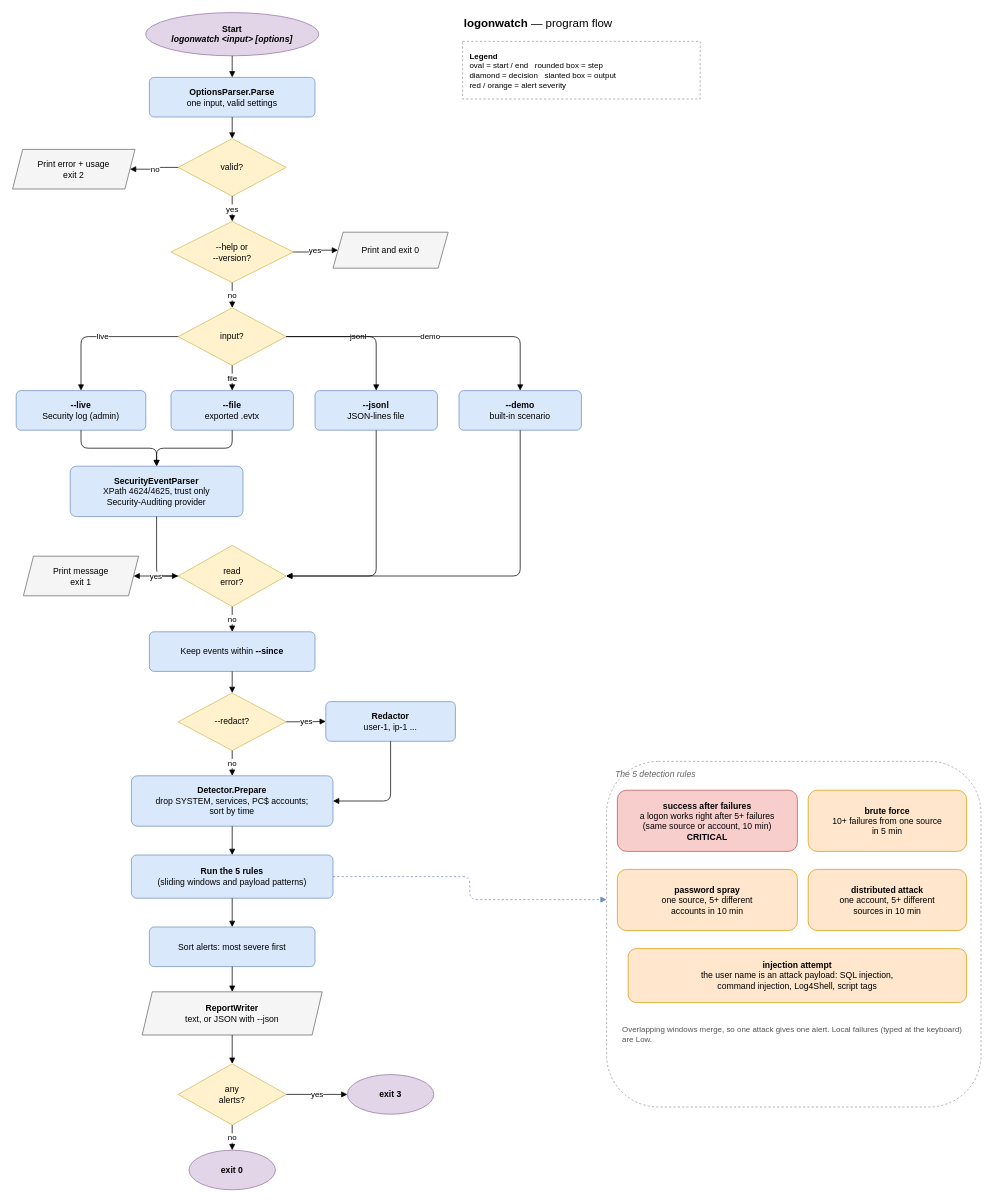
This is docs/logonwatch-flow.drawio from AoceanP/logonwatch, a draw.io file, before an edit. Source tidied: cells renumbered, new cells numbered last; positions are measured from the earlier drawing's top-left corner, leaving out a move shared by most shapes. Both pictures are drawn from the tidied source at 72%, with x=0, y=0 at pixel (12, 12).
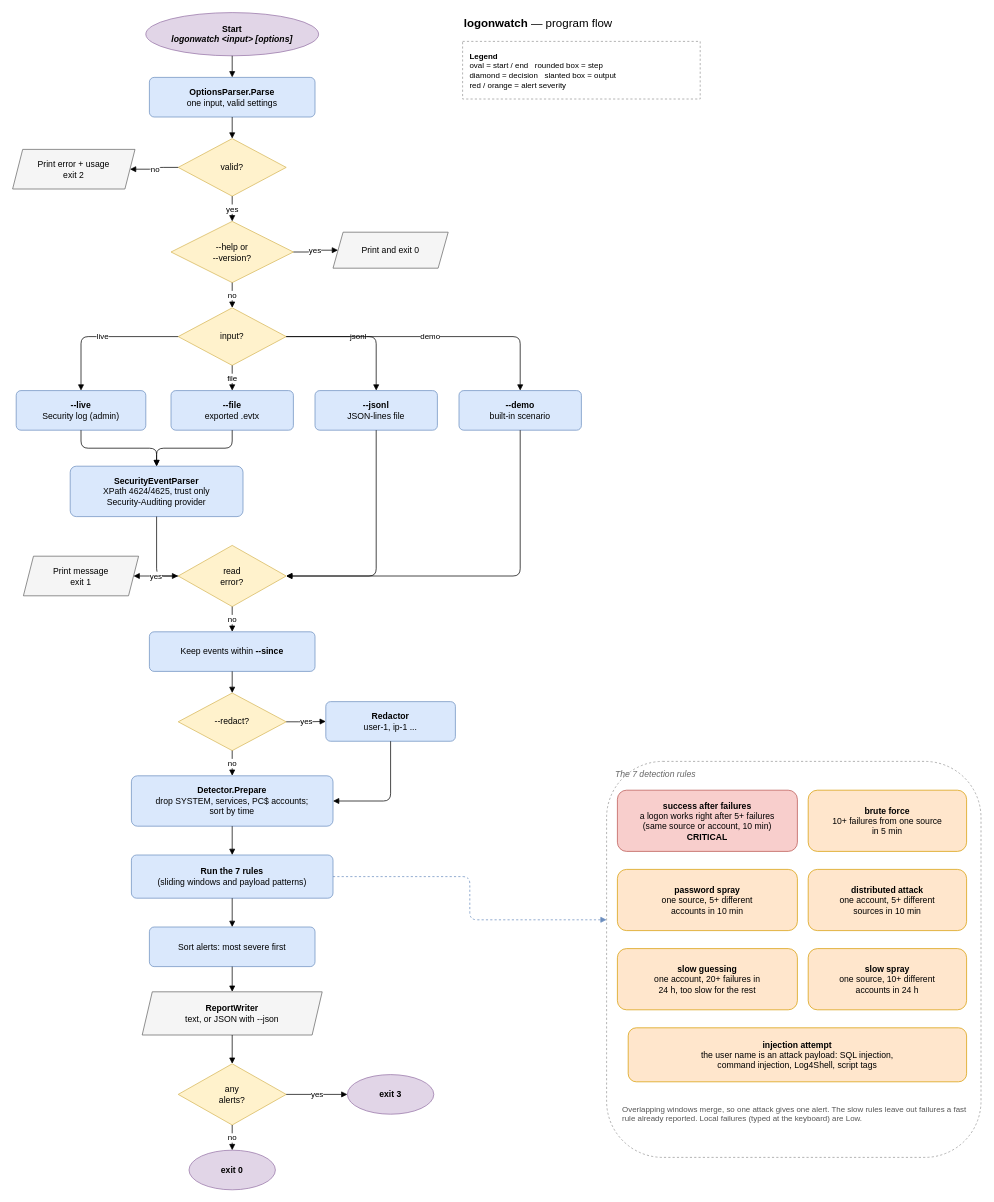
The same diagram, later.

Change to the diagram source:
```diff
@@
-    <mxCell id="22" value="&lt;b&gt;Run the 5 rules&lt;/b&gt;&lt;br&gt;(sliding windows and payload patterns)" style="rounded=1;whiteSpace=wrap;html=1;fillColor=#dae8fc;strokeColor=#6c8ebf;arcSize=12;" parent="1" vertex="1">
+    <mxCell id="22" value="&lt;b&gt;Run the 7 rules&lt;/b&gt;&lt;br&gt;(sliding windows and payload patterns)" style="rounded=1;whiteSpace=wrap;html=1;fillColor=#dae8fc;strokeColor=#6c8ebf;arcSize=12;" parent="1" vertex="1">
       <mxGeometry x="165" y="1170" width="280" height="60" as="geometry" />
     </mxCell>
@@
-    <mxCell id="28" value="The 5 detection rules" style="rounded=1;whiteSpace=wrap;html=1;dashed=1;fillColor=none;strokeColor=#999999;verticalAlign=top;align=left;spacingLeft=10;spacingTop=4;fontStyle=2;fontColor=#666666;" parent="1" vertex="1">
-      <mxGeometry x="825" y="1040" width="520" height="480" as="geometry" />
+    <mxCell id="28" value="The 7 detection rules" style="rounded=1;whiteSpace=wrap;html=1;dashed=1;fillColor=none;strokeColor=#999999;verticalAlign=top;align=left;spacingLeft=10;spacingTop=4;fontStyle=2;fontColor=#666666;" parent="1" vertex="1">
+      <mxGeometry x="825" y="1040" width="520" height="550" as="geometry" />
     </mxCell>
@@
+    <mxCell id="63" value="&lt;b&gt;slow guessing&lt;/b&gt;&lt;br&gt;one account, 20+ failures in&lt;br&gt;24 h, too slow for the rest" style="rounded=1;whiteSpace=wrap;html=1;fillColor=#ffe6cc;strokeColor=#d79b00;" parent="1" vertex="1">
+      <mxGeometry x="840" y="1300" width="250" height="85" as="geometry" />
+    </mxCell>
+    <mxCell id="64" value="&lt;b&gt;slow spray&lt;/b&gt;&lt;br&gt;one source, 10+ different&lt;br&gt;accounts in 24 h" style="rounded=1;whiteSpace=wrap;html=1;fillColor=#ffe6cc;strokeColor=#d79b00;" parent="1" vertex="1">
+      <mxGeometry x="1105" y="1300" width="220" height="85" as="geometry" />
+    </mxCell>
     <mxCell id="33" value="&lt;b&gt;injection attempt&lt;/b&gt;&lt;br&gt;the user name is an attack payload: SQL injection,&lt;br&gt;command injection, Log4Shell, script tags" style="rounded=1;whiteSpace=wrap;html=1;fillColor=#ffe6cc;strokeColor=#d79b00;" parent="1" vertex="1">
-      <mxGeometry x="855" y="1300" width="470" height="75" as="geometry" />
+      <mxGeometry x="855" y="1410" width="470" height="75" as="geometry" />
     </mxCell>
-    <mxCell id="34" value="Overlapping windows merge, so one attack gives one alert. Local failures (typed at the keyboard) are Low." style="text;html=1;whiteSpace=wrap;align=left;verticalAlign=top;fontSize=11;fontColor=#555555;" parent="1" vertex="1">
-      <mxGeometry x="845" y="1400" width="480" height="50" as="geometry" />
+    <mxCell id="34" value="Overlapping windows merge, so one attack gives one alert. The slow rules leave out failures a fast rule already reported. Local failures (typed at the keyboard) are Low." style="text;html=1;whiteSpace=wrap;align=left;verticalAlign=top;fontSize=11;fontColor=#555555;" parent="1" vertex="1">
+      <mxGeometry x="845" y="1510" width="480" height="60" as="geometry" />
     </mxCell>
```
